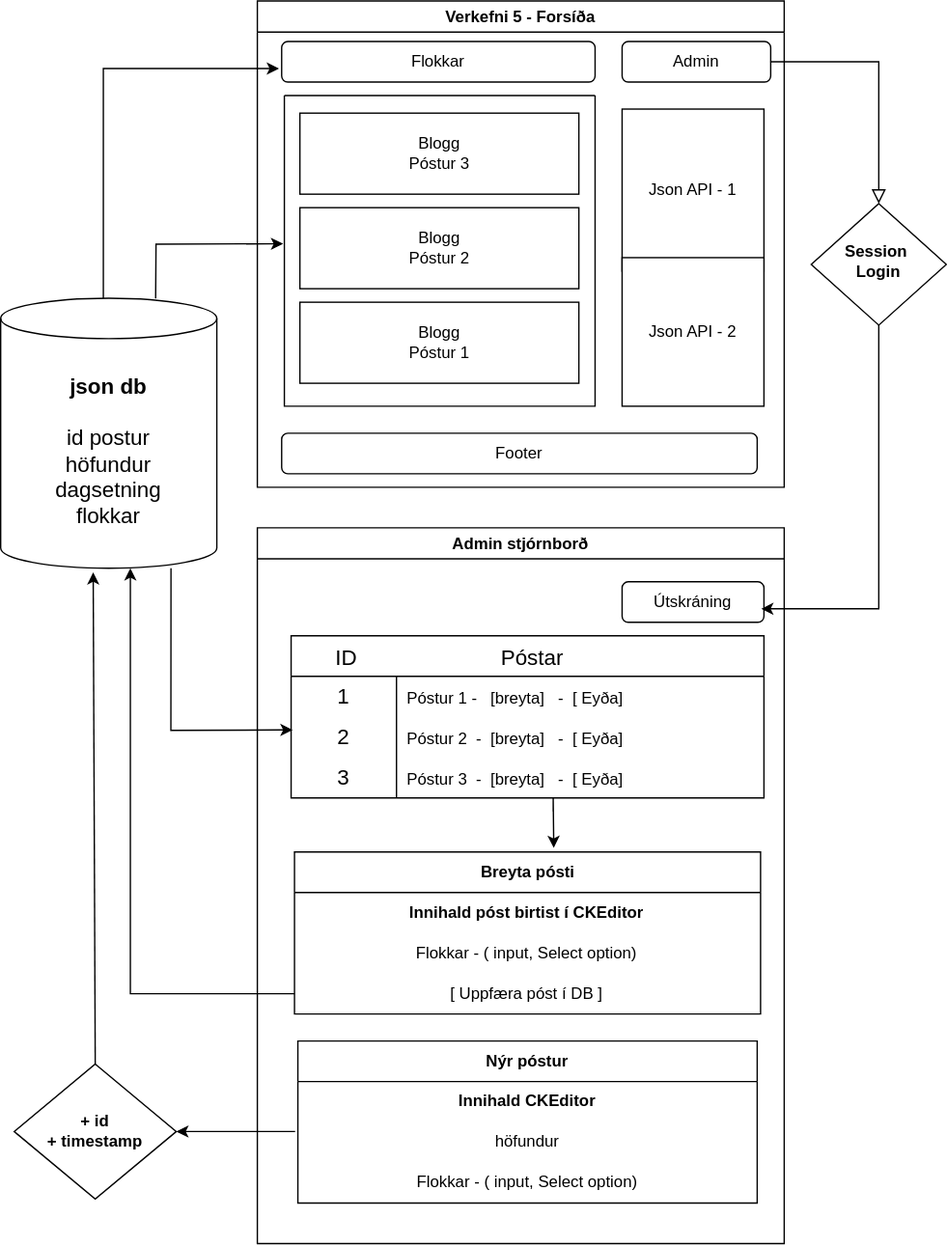
Earlier version of the draw.io export Verkefni5/V5_flowChart.drawio.svg (vefthroun/VEF2VF05CU). Source tidied: cells renumbered, new cells last; positions are measured from the earlier drawing's top-left corner, leaving out a move shared by most shapes. Its diagram source:
```xml
<mxGraphModel>
  <root>
    <mxCell id="0" />
    <mxCell id="1" parent="0" />
    <mxCell id="2" style="rounded=0;html=1;jettySize=auto;fontSize=11;endArrow=block;endFill=0;endSize=8;strokeWidth=1;shadow=0;labelBackgroundColor=none;edgeStyle=orthogonalEdgeStyle;" parent="1" edge="1" source="12" target="3">
      <mxGeometry relative="1" as="geometry" />
    </mxCell>
    <mxCell id="3" value="&lt;b&gt;Session&amp;nbsp;&lt;/b&gt;&lt;div&gt;&lt;b&gt;Login&lt;/b&gt;&lt;/div&gt;" style="rhombus;whiteSpace=wrap;html=1;shadow=0;fontFamily=Helvetica;fontSize=12;align=center;strokeWidth=1;spacing=6;spacingTop=-4;" parent="1" vertex="1">
      <mxGeometry x="600" y="150" width="100" height="90" as="geometry" />
    </mxCell>
    <mxCell id="4" value="&lt;b&gt;&lt;font style=&quot;font-size: 16px;&quot;&gt;json db&lt;/font&gt;&lt;/b&gt;&lt;div&gt;&lt;font style=&quot;font-size: 16px;&quot;&gt;&lt;br&gt;&lt;/font&gt;&lt;div&gt;&lt;font style=&quot;font-size: 16px;&quot;&gt;id&amp;nbsp;&lt;span style=&quot;background-color: transparent; color: light-dark(rgb(0, 0, 0), rgb(255, 255, 255));&quot;&gt;postur&lt;/span&gt;&lt;/font&gt;&lt;/div&gt;&lt;div&gt;&lt;font style=&quot;font-size: 16px;&quot;&gt;höfundur&lt;/font&gt;&lt;/div&gt;&lt;div&gt;&lt;font style=&quot;font-size: 16px;&quot;&gt;dagsetning&lt;/font&gt;&lt;/div&gt;&lt;/div&gt;&lt;div&gt;&lt;font style=&quot;font-size: 16px;&quot;&gt;flokkar&lt;/font&gt;&lt;/div&gt;" style="shape=cylinder3;whiteSpace=wrap;html=1;boundedLbl=1;backgroundOutline=1;size=15;" parent="1" vertex="1">
      <mxGeometry y="220" width="160" height="200" as="geometry" />
    </mxCell>
    <mxCell id="5" value="Verkefni 5 - Forsíða" style="swimlane;whiteSpace=wrap;html=1;startSize=23;" parent="1" vertex="1">
      <mxGeometry x="190" width="390" height="360" as="geometry" />
    </mxCell>
    <mxCell id="6" style="swimlane;startSize=0;" parent="5" vertex="1">
      <mxGeometry x="20" y="70" width="230" height="230" as="geometry" />
    </mxCell>
    <mxCell id="7" value="Blogg&lt;div&gt;Póstur 3&lt;/div&gt;" style="whiteSpace=wrap;html=1;" parent="6" vertex="1">
      <mxGeometry x="11.5" y="13" width="206.5" height="60" as="geometry" />
    </mxCell>
    <mxCell id="8" value="Blogg&lt;div&gt;Póstur 2&lt;/div&gt;" style="whiteSpace=wrap;html=1;" parent="6" vertex="1">
      <mxGeometry x="11.5" y="83" width="206.5" height="60" as="geometry" />
    </mxCell>
    <mxCell id="9" value="Blogg&lt;div&gt;Póstur 1&lt;/div&gt;" style="whiteSpace=wrap;html=1;" parent="6" vertex="1">
      <mxGeometry x="11.5" y="153" width="206.5" height="60" as="geometry" />
    </mxCell>
    <mxCell id="10" value="Flokkar" style="rounded=1;whiteSpace=wrap;html=1;" parent="6" vertex="1">
      <mxGeometry x="-2" y="-40" width="232" height="30" as="geometry" />
    </mxCell>
    <mxCell id="11" value="Footer" style="rounded=1;whiteSpace=wrap;html=1;" parent="5" vertex="1">
      <mxGeometry x="18" y="320" width="352" height="30" as="geometry" />
    </mxCell>
    <mxCell id="12" value="Admin" style="rounded=1;whiteSpace=wrap;html=1;fontSize=12;glass=0;strokeWidth=1;shadow=0;" parent="5" vertex="1">
      <mxGeometry x="270" y="30" width="110" height="30" as="geometry" />
    </mxCell>
    <mxCell id="13" value="Json API - 1" style="whiteSpace=wrap;html=1;" parent="5" vertex="1">
      <mxGeometry x="270" y="80" width="105" height="120" as="geometry" />
    </mxCell>
    <mxCell id="14" value="Json API - 2" style="whiteSpace=wrap;html=1;" parent="5" vertex="1">
      <mxGeometry x="270" y="190" width="105" height="110" as="geometry" />
    </mxCell>
    <mxCell id="15" style="edgeStyle=orthogonalEdgeStyle;rounded=0;orthogonalLoop=1;jettySize=auto;html=1;exitX=0.5;exitY=1;exitDx=0;exitDy=0;" parent="5" edge="1" source="6" target="6">
      <mxGeometry relative="1" as="geometry" />
    </mxCell>
    <mxCell id="16" value="Admin stjórnborð" style="swimlane;whiteSpace=wrap;html=1;" parent="1" vertex="1">
      <mxGeometry x="190" y="390" width="390" height="530" as="geometry" />
    </mxCell>
    <mxCell id="17" value="Útskráning" style="rounded=1;whiteSpace=wrap;html=1;fontSize=12;glass=0;strokeWidth=1;shadow=0;" parent="16" vertex="1">
      <mxGeometry x="270" y="40" width="105" height="30" as="geometry" />
    </mxCell>
    <mxCell id="18" value="       ID                        Póstar" style="shape=table;startSize=30;rowLines=0;fontStyle=0;strokeColor=default;fontSize=16;align=left;" parent="16" vertex="1">
      <mxGeometry x="25" y="80" width="350" height="120" as="geometry" />
    </mxCell>
    <mxCell id="19" style="shape=tableRow;horizontal=0;startSize=0;swimlaneHead=0;swimlaneBody=0;top=0;left=0;bottom=0;right=0;fillColor=none;strokeColor=inherit;fontSize=16;" parent="18" vertex="1">
      <mxGeometry y="30" width="350" height="30" as="geometry" />
    </mxCell>
    <mxCell id="20" value="1" style="shape=partialRectangle;html=1;whiteSpace=wrap;fillColor=none;top=0;left=0;bottom=0;right=0;overflow=hidden;strokeColor=inherit;fontSize=16;" parent="19" vertex="1">
      <mxGeometry width="78" height="30" as="geometry" />
    </mxCell>
    <mxCell id="21" value="&lt;font style=&quot;font-size: 12px;&quot;&gt;Póstur 1 -&amp;nbsp; &amp;nbsp;[breyta]&amp;nbsp; &amp;nbsp;-&amp;nbsp; [ Eyða]&lt;/font&gt;" style="shape=partialRectangle;html=1;whiteSpace=wrap;fillColor=none;top=0;left=0;bottom=0;right=0;align=left;spacingLeft=6;overflow=hidden;strokeColor=inherit;fontSize=16;" parent="19" vertex="1">
      <mxGeometry x="78" width="272" height="30" as="geometry" />
    </mxCell>
    <mxCell id="22" style="shape=tableRow;horizontal=0;startSize=0;swimlaneHead=0;swimlaneBody=0;top=0;left=0;bottom=0;right=0;fillColor=none;points=[[0,0.5],[1,0.5]];portConstraint=eastwest;strokeColor=inherit;fontSize=16;" parent="18" vertex="1">
      <mxGeometry y="60" width="350" height="30" as="geometry" />
    </mxCell>
    <mxCell id="23" value="2" style="shape=partialRectangle;html=1;whiteSpace=wrap;fillColor=none;top=0;left=0;bottom=0;right=0;overflow=hidden;strokeColor=inherit;fontSize=16;" parent="22" vertex="1">
      <mxGeometry width="78" height="30" as="geometry" />
    </mxCell>
    <mxCell id="24" value="&lt;font style=&quot;font-size: 12px;&quot;&gt;Póstur 2&amp;nbsp;&amp;nbsp;-&amp;nbsp; [breyta]&amp;nbsp; &amp;nbsp;-&amp;nbsp; [ Eyða]&lt;/font&gt;" style="shape=partialRectangle;html=1;whiteSpace=wrap;fillColor=none;top=0;left=0;bottom=0;right=0;align=left;spacingLeft=6;overflow=hidden;strokeColor=inherit;fontSize=16;" parent="22" vertex="1">
      <mxGeometry x="78" width="272" height="30" as="geometry" />
    </mxCell>
    <mxCell id="25" style="shape=tableRow;horizontal=0;startSize=0;swimlaneHead=0;swimlaneBody=0;top=0;left=0;bottom=0;right=0;fillColor=none;strokeColor=inherit;fontSize=16;" parent="18" vertex="1">
      <mxGeometry y="90" width="350" height="30" as="geometry" />
    </mxCell>
    <mxCell id="26" value="3" style="shape=partialRectangle;html=1;whiteSpace=wrap;fillColor=none;top=0;left=0;bottom=0;right=0;overflow=hidden;strokeColor=inherit;fontSize=16;" parent="25" vertex="1">
      <mxGeometry width="78" height="30" as="geometry" />
    </mxCell>
    <mxCell id="27" value="&lt;font style=&quot;font-size: 12px;&quot;&gt;Póstur 3&amp;nbsp;&amp;nbsp;-&amp;nbsp; [breyta]&amp;nbsp; &amp;nbsp;-&amp;nbsp; [ Eyða]&lt;/font&gt;" style="shape=partialRectangle;html=1;whiteSpace=wrap;fillColor=none;top=0;left=0;bottom=0;right=0;align=left;spacingLeft=6;overflow=hidden;strokeColor=inherit;fontSize=16;" parent="25" vertex="1">
      <mxGeometry x="78" width="272" height="30" as="geometry" />
    </mxCell>
    <mxCell id="28" value="&lt;b&gt;Breyta pósti&lt;/b&gt;" style="swimlane;fontStyle=0;horizontal=1;startSize=30;whiteSpace=wrap;html=1;" parent="16" vertex="1">
      <mxGeometry x="27.5" y="240" width="345" height="120" as="geometry" />
    </mxCell>
    <mxCell id="29" value="&lt;b&gt;Innihald póst birtist í CKEditor&lt;/b&gt;" style="text;strokeColor=none;fillColor=none;align=center;verticalAlign=middle;spacingLeft=4;spacingRight=4;overflow=hidden;whiteSpace=wrap;html=1;" parent="28" vertex="1">
      <mxGeometry y="30" width="345" height="30" as="geometry" />
    </mxCell>
    <mxCell id="30" value="Flokkar - ( input, Select option)" style="text;strokeColor=none;fillColor=none;align=center;verticalAlign=middle;spacingLeft=4;spacingRight=4;overflow=hidden;whiteSpace=wrap;html=1;" parent="28" vertex="1">
      <mxGeometry y="60" width="345" height="30" as="geometry" />
    </mxCell>
    <mxCell id="31" value="[ Uppfæra póst í DB ]" style="text;strokeColor=none;fillColor=none;align=center;verticalAlign=middle;spacingLeft=4;spacingRight=4;overflow=hidden;points=[[0,0.5],[1,0.5]];portConstraint=eastwest;whiteSpace=wrap;html=1;" parent="28" vertex="1">
      <mxGeometry y="90" width="345" height="30" as="geometry" />
    </mxCell>
    <mxCell id="32" style="endArrow=classic;html=1;rounded=0;entryX=0.565;entryY=-0.025;entryDx=0;entryDy=0;entryPerimeter=0;" parent="16" edge="1">
      <mxGeometry relative="1" as="geometry">
        <mxPoint x="219" y="210" as="sourcePoint" />
        <mxPoint x="219.4" y="237" as="targetPoint" />
        <Array as="points">
          <mxPoint x="219" y="200" />
        </Array>
      </mxGeometry>
    </mxCell>
    <mxCell id="33" style="endArrow=classic;html=1;rounded=0;exitX=0;exitY=0.5;exitDx=0;exitDy=0;entryX=0.6;entryY=1;entryDx=0;entryDy=0;entryPerimeter=0;edgeStyle=orthogonalEdgeStyle;" parent="1" edge="1" source="31" target="4">
      <mxGeometry relative="1" as="geometry" />
    </mxCell>
    <mxCell id="34" value="&lt;b&gt;Nýr póstur&lt;/b&gt;" style="swimlane;fontStyle=0;horizontal=1;startSize=30;whiteSpace=wrap;html=1;" parent="1" vertex="1">
      <mxGeometry x="220" y="770" width="340" height="120" as="geometry" />
    </mxCell>
    <mxCell id="35" value="&lt;b style=&quot;&quot;&gt;Innihald CKEditor&lt;/b&gt;" style="text;strokeColor=none;fillColor=none;align=center;verticalAlign=middle;spacingLeft=4;spacingRight=4;overflow=hidden;whiteSpace=wrap;html=1;" parent="34" vertex="1">
      <mxGeometry y="30" width="340" height="30" as="geometry" />
    </mxCell>
    <mxCell id="36" value="höfundur" style="text;strokeColor=none;fillColor=none;align=center;verticalAlign=middle;spacingLeft=4;spacingRight=4;overflow=hidden;points=[[0,0.5],[1,0.5]];portConstraint=eastwest;whiteSpace=wrap;html=1;" parent="34" vertex="1">
      <mxGeometry y="60" width="340" height="30" as="geometry" />
    </mxCell>
    <mxCell id="37" value="Flokkar - ( input, Select option)" style="text;strokeColor=none;fillColor=none;align=center;verticalAlign=middle;spacingLeft=4;spacingRight=4;overflow=hidden;whiteSpace=wrap;html=1;" parent="34" vertex="1">
      <mxGeometry y="90" width="340" height="30" as="geometry" />
    </mxCell>
    <mxCell id="38" value="&lt;b&gt;+ id&lt;/b&gt;&lt;div&gt;&lt;b&gt;+ timestamp&lt;/b&gt;&lt;/div&gt;" style="rhombus;whiteSpace=wrap;html=1;" parent="1" vertex="1">
      <mxGeometry x="10" y="787" width="120" height="100" as="geometry" />
    </mxCell>
    <mxCell id="39" style="endArrow=classic;html=1;rounded=0;exitX=-0.006;exitY=0.233;exitDx=0;exitDy=0;exitPerimeter=0;" parent="1" edge="1" source="36">
      <mxGeometry relative="1" as="geometry">
        <mxPoint x="130" y="837" as="targetPoint" />
      </mxGeometry>
    </mxCell>
    <mxCell id="40" style="endArrow=classic;html=1;rounded=0;entryX=0.428;entryY=1.015;entryDx=0;entryDy=0;entryPerimeter=0;" parent="1" edge="1" target="4">
      <mxGeometry relative="1" as="geometry">
        <mxPoint x="70" y="787" as="sourcePoint" />
      </mxGeometry>
    </mxCell>
    <mxCell id="41" style="endArrow=classic;html=1;rounded=0;entryX=-0.004;entryY=0.477;entryDx=0;entryDy=0;entryPerimeter=0;exitX=0.717;exitY=0.001;exitDx=0;exitDy=0;exitPerimeter=0;" parent="1" edge="1" source="4" target="6">
      <mxGeometry relative="1" as="geometry">
        <Array as="points">
          <mxPoint x="115" y="180" />
        </Array>
      </mxGeometry>
    </mxCell>
    <mxCell id="42" style="endArrow=classic;html=1;rounded=0;exitX=0.475;exitY=0;exitDx=0;exitDy=0;exitPerimeter=0;" parent="1" edge="1" source="4">
      <mxGeometry relative="1" as="geometry">
        <mxPoint x="206" y="50" as="targetPoint" />
        <Array as="points">
          <mxPoint x="76" y="50" />
        </Array>
      </mxGeometry>
    </mxCell>
    <mxCell id="43" style="endArrow=classic;html=1;rounded=0;exitX=0.788;exitY=1;exitDx=0;exitDy=0;exitPerimeter=0;entryX=0.003;entryY=0.322;entryDx=0;entryDy=0;entryPerimeter=0;" parent="1" edge="1" source="4" target="22">
      <mxGeometry relative="1" as="geometry">
        <Array as="points">
          <mxPoint x="126" y="540" />
        </Array>
      </mxGeometry>
    </mxCell>
    <mxCell id="44" style="endArrow=classic;html=1;rounded=0;exitX=0.5;exitY=1;exitDx=0;exitDy=0;" parent="1" edge="1" source="3">
      <mxGeometry relative="1" as="geometry">
        <mxPoint x="563" y="450" as="targetPoint" />
        <Array as="points">
          <mxPoint x="650" y="450" />
        </Array>
      </mxGeometry>
    </mxCell>
  </root>
</mxGraphModel>
```
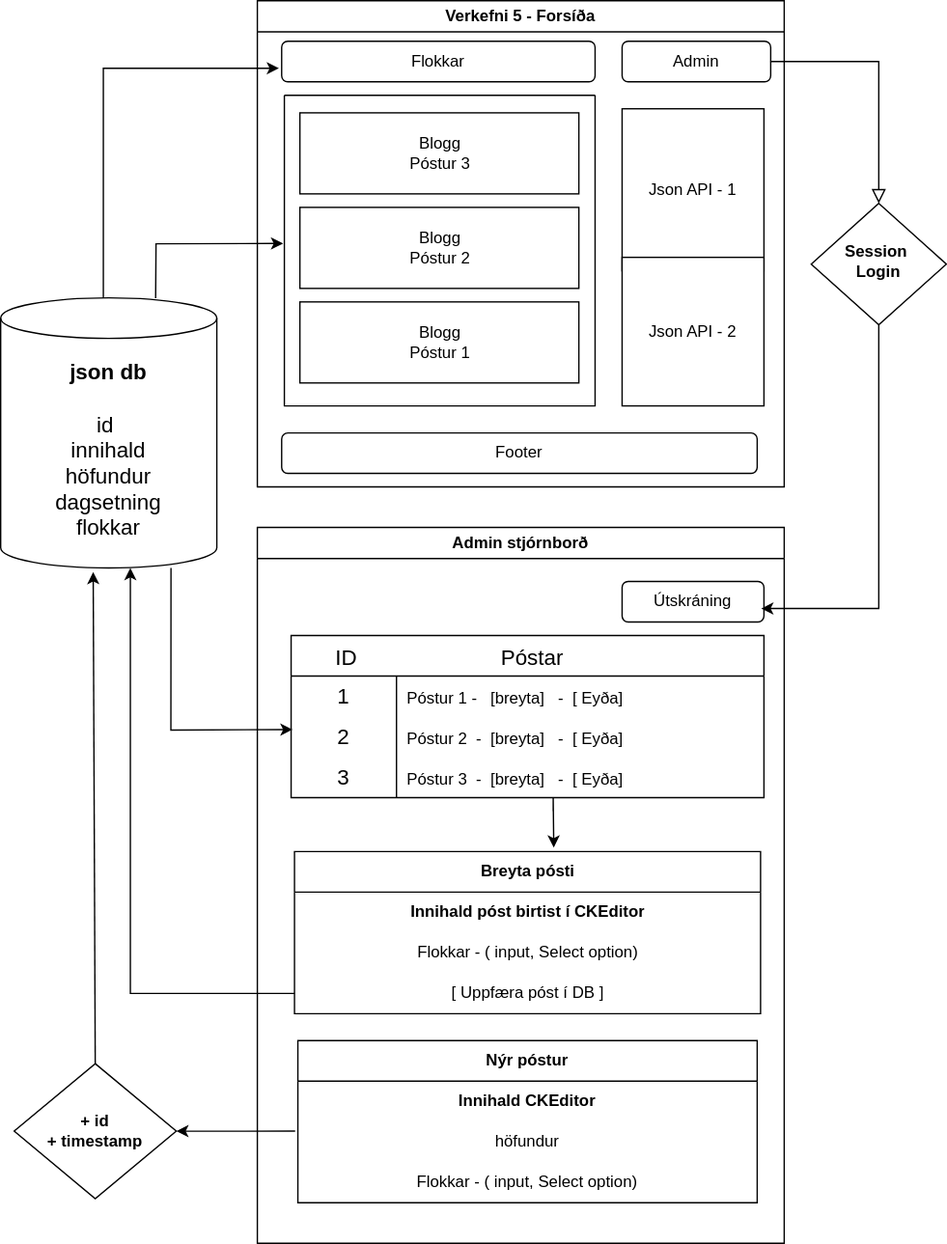
Above is the later version.

Commit message:
Flæðirit dæmi

Diff of the diagram source:
```diff
@@ -8,7 +8,7 @@
     <mxCell id="3" value="&lt;b&gt;Session&amp;nbsp;&lt;/b&gt;&lt;div&gt;&lt;b&gt;Login&lt;/b&gt;&lt;/div&gt;" style="rhombus;whiteSpace=wrap;html=1;shadow=0;fontFamily=Helvetica;fontSize=12;align=center;strokeWidth=1;spacing=6;spacingTop=-4;" parent="1" vertex="1">
       <mxGeometry x="600" y="150" width="100" height="90" as="geometry" />
     </mxCell>
-    <mxCell id="4" value="&lt;b&gt;&lt;font style=&quot;font-size: 16px;&quot;&gt;json db&lt;/font&gt;&lt;/b&gt;&lt;div&gt;&lt;font style=&quot;font-size: 16px;&quot;&gt;&lt;br&gt;&lt;/font&gt;&lt;div&gt;&lt;font style=&quot;font-size: 16px;&quot;&gt;id&amp;nbsp;&lt;span style=&quot;background-color: transparent; color: light-dark(rgb(0, 0, 0), rgb(255, 255, 255));&quot;&gt;postur&lt;/span&gt;&lt;/font&gt;&lt;/div&gt;&lt;div&gt;&lt;font style=&quot;font-size: 16px;&quot;&gt;höfundur&lt;/font&gt;&lt;/div&gt;&lt;div&gt;&lt;font style=&quot;font-size: 16px;&quot;&gt;dagsetning&lt;/font&gt;&lt;/div&gt;&lt;/div&gt;&lt;div&gt;&lt;font style=&quot;font-size: 16px;&quot;&gt;flokkar&lt;/font&gt;&lt;/div&gt;" style="shape=cylinder3;whiteSpace=wrap;html=1;boundedLbl=1;backgroundOutline=1;size=15;" parent="1" vertex="1">
+    <mxCell id="4" value="&lt;b&gt;&lt;font style=&quot;font-size: 16px;&quot;&gt;json db&lt;/font&gt;&lt;/b&gt;&lt;div&gt;&lt;font style=&quot;font-size: 16px;&quot;&gt;&lt;br&gt;&lt;/font&gt;&lt;div&gt;&lt;font style=&quot;font-size: 16px;&quot;&gt;id&amp;nbsp;&lt;/font&gt;&lt;/div&gt;&lt;div&gt;&lt;font style=&quot;font-size: 16px;&quot;&gt;innihald&lt;/font&gt;&lt;/div&gt;&lt;div&gt;&lt;font style=&quot;font-size: 16px;&quot;&gt;höfundur&lt;/font&gt;&lt;/div&gt;&lt;div&gt;&lt;font style=&quot;font-size: 16px;&quot;&gt;dagsetning&lt;/font&gt;&lt;/div&gt;&lt;/div&gt;&lt;div&gt;&lt;font style=&quot;font-size: 16px;&quot;&gt;flokkar&lt;/font&gt;&lt;/div&gt;" style="shape=cylinder3;whiteSpace=wrap;html=1;boundedLbl=1;backgroundOutline=1;size=15;" parent="1" vertex="1">
       <mxGeometry y="220" width="160" height="200" as="geometry" />
     </mxCell>
     <mxCell id="5" value="Verkefni 5 - Forsíða" style="swimlane;whiteSpace=wrap;html=1;startSize=23;" parent="1" vertex="1">
```
